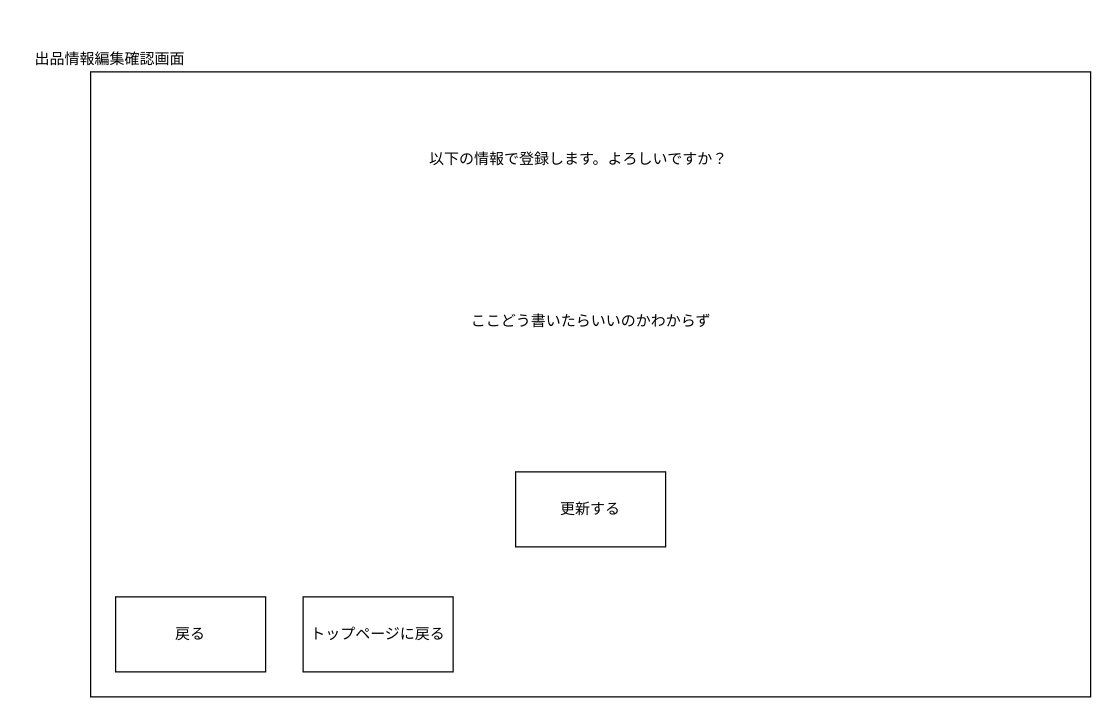
2022java42-student009/ProjectJava keeps this draw.io diagram as レイアウト図/会員画面/出品履歴/出品情報編集確認画面.drawio. Above is the earlier version. Source tidied: cells renumbered, new cells numbered last; positions are measured from the earlier drawing's top-left corner, leaving out a move shared by most shapes. Both pictures are drawn from the tidied source at 125%, with x=0, y=0 at pixel (21, 46).
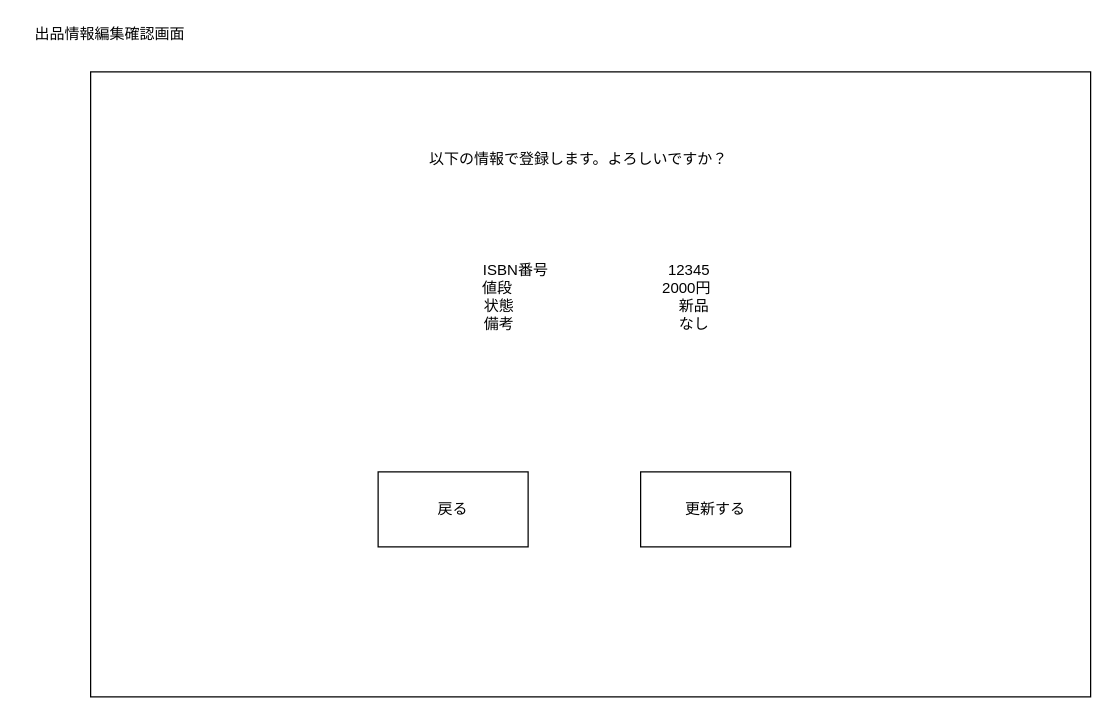
Above is the later version.

Change to the diagram source:
```diff
@@
 <mxGraphModel>
   <root>
     <mxCell id="0" />
     <mxCell id="1" parent="0" />
     <mxCell id="2" value="&lt;span&gt;出品情報編集確認画面&lt;/span&gt;" style="text;html=1;align=center;verticalAlign=middle;strokeColor=none;fillColor=none;" parent="1" vertex="1">
-      <mxGeometry width="140" height="20" as="geometry" />
+      <mxGeometry y="-20" width="140" height="20" as="geometry" />
     </mxCell>
     <mxCell id="3" style="rounded=0;whiteSpace=wrap;html=1;" parent="1" vertex="1">
       <mxGeometry x="55" y="20" width="800" height="500" as="geometry" />
     </mxCell>
     <mxCell id="4" value="以下の情報で登録します。よろしいですか？" style="text;html=1;align=center;verticalAlign=middle;strokeColor=none;fillColor=none;" parent="1" vertex="1">
       <mxGeometry x="315" y="80" width="260" height="20" as="geometry" />
     </mxCell>
     <mxCell id="5" value="更新する" style="rounded=0;whiteSpace=wrap;html=1;" parent="1" vertex="1">
-      <mxGeometry x="395" y="340" width="120" height="60" as="geometry" />
+      <mxGeometry x="495" y="340" width="120" height="60" as="geometry" />
     </mxCell>
-    <mxCell id="6" value="ここどう書いたらいいのかわからず" style="text;html=1;align=center;verticalAlign=middle;strokeColor=none;fillColor=none;" parent="1" vertex="1">
-      <mxGeometry x="350" y="210" width="210" height="20" as="geometry" />
-    </mxCell>
     <mxCell id="7" value="戻る" style="rounded=0;whiteSpace=wrap;html=1;" parent="1" vertex="1">
-      <mxGeometry x="75" y="440" width="120" height="60" as="geometry" />
+      <mxGeometry x="285" y="340" width="120" height="60" as="geometry" />
     </mxCell>
-    <mxCell id="8" value="トップページに戻る" style="rounded=0;whiteSpace=wrap;html=1;" parent="1" vertex="1">
-      <mxGeometry x="225" y="440" width="120" height="60" as="geometry" />
-    </mxCell>
+    <mxCell id="9" value="ISBN番号　　　　　　　　12345&lt;br&gt;値段　　　　　　　　　　2000円&lt;br&gt;状態　　　　　　　　　　　新品&lt;br&gt;備考　　　　　　　　　　　なし" style="text;html=1;strokeColor=none;fillColor=none;align=center;verticalAlign=middle;whiteSpace=wrap;rounded=0;" parent="1" vertex="1">
+      <mxGeometry x="345" y="130" width="230" height="140" as="geometry" />
+    </mxCell>
   </root>
 </mxGraphModel>
```
